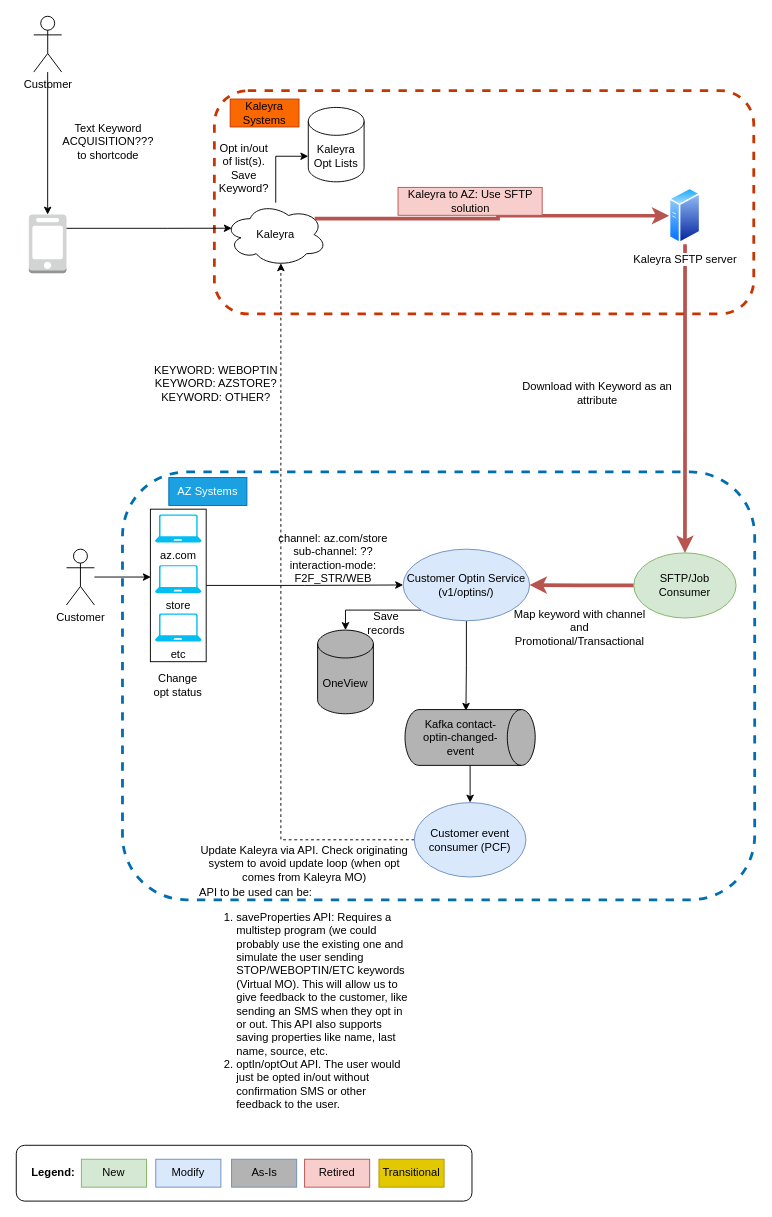
This is drawings/Kaleyra Opt Sync.drawio from AarellanoH/draw_io, a draw.io file, before an edit. Source tidied: cells renumbered, new cells numbered last; positions are measured from the earlier drawing's top-left corner, leaving out a move shared by most shapes. Both pictures are drawn from the tidied source at 93%, with x=0, y=0 at pixel (16, 16).
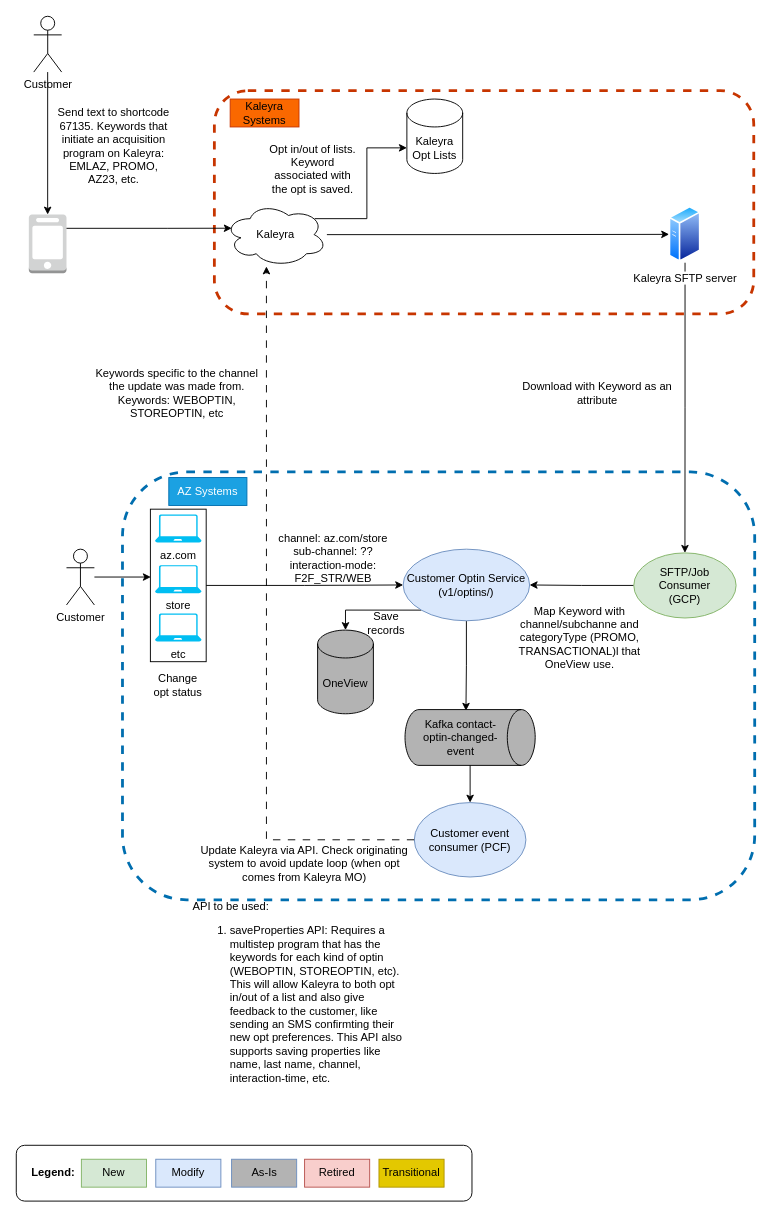
The same diagram, later.

The change refers to these unchanged cells:
```xml
<mxCell id="9" value="Customer Optin Service&lt;br&gt;(v1/optins/)" style="ellipse;whiteSpace=wrap;html=1;fillColor=#dae8fc;strokeColor=#6c8ebf;" parent="1" vertex="1">
  <mxGeometry x="416" y="573" width="136" height="77" as="geometry" />
</mxCell>
<mxCell id="14" value="Customer event consumer (PCF)" style="ellipse;whiteSpace=wrap;html=1;fillColor=#dae8fc;strokeColor=#6c8ebf;" parent="1" vertex="1">
  <mxGeometry x="428" y="845.5" width="120" height="80" as="geometry" />
</mxCell>
<mxCell id="42" style="group;" parent="1" vertex="1">
  <mxGeometry x="213" y="80" width="580" height="240" as="geometry" />
</mxCell>
<mxCell id="44" value="Kaleyra" style="ellipse;shape=cloud;whiteSpace=wrap;html=1;" parent="42" vertex="1">
  <mxGeometry x="11" y="120.5" width="110" height="68.5" as="geometry" />
</mxCell>
```

The edit, as a diff of the source:
```diff
@@
-    <mxCell id="13" style="edgeStyle=orthogonalEdgeStyle;rounded=0;jettySize=auto;html=1;exitX=0;exitY=0.5;exitDx=0;exitDy=0;entryX=0.55;entryY=0.95;entryDx=0;entryDy=0;entryPerimeter=0;dashed=1;" parent="1" edge="1" source="14" target="44">
-      <mxGeometry relative="1" as="geometry" />
-    </mxCell>
@@
-    <mxCell id="27" style="edgeStyle=orthogonalEdgeStyle;rounded=0;jettySize=auto;html=1;entryX=0.5;entryY=0;entryDx=0;entryDy=0;fillColor=#f8cecc;strokeColor=#b85450;strokeWidth=4;" parent="1" edge="1" source="49" target="29">
+    <mxCell id="27" style="edgeStyle=orthogonalEdgeStyle;rounded=0;jettySize=auto;html=1;entryX=0.5;entryY=0;entryDx=0;entryDy=0;fillColor=#f8cecc;strokeColor=#000000;strokeWidth=1;" parent="1" edge="1" source="49" target="29">
       <mxGeometry relative="1" as="geometry" />
     </mxCell>
-    <mxCell id="28" style="edgeStyle=orthogonalEdgeStyle;rounded=0;jettySize=auto;html=1;entryX=1;entryY=0.5;entryDx=0;entryDy=0;strokeWidth=4;fillColor=#f8cecc;strokeColor=#b85450;" parent="1" edge="1" source="29" target="9">
+    <mxCell id="28" style="edgeStyle=orthogonalEdgeStyle;rounded=0;jettySize=auto;html=1;entryX=1;entryY=0.5;entryDx=0;entryDy=0;strokeWidth=1;fillColor=#f8cecc;strokeColor=#000000;" parent="1" edge="1" source="29" target="9">
       <mxGeometry relative="1" as="geometry" />
     </mxCell>
-    <mxCell id="29" value="SFTP/Job Consumer" style="ellipse;whiteSpace=wrap;html=1;fillColor=#d5e8d4;strokeColor=#82b366;" parent="1" vertex="1">
+    <mxCell id="29" value="SFTP/Job Consumer&lt;br&gt;(GCP)" style="ellipse;whiteSpace=wrap;html=1;fillColor=#d5e8d4;strokeColor=#82b366;" parent="1" vertex="1">
       <mxGeometry x="664" y="577" width="110" height="70" as="geometry" />
     </mxCell>
@@
-    <mxCell id="39" value="API to be used can be:&lt;br&gt;&lt;ol&gt;&lt;li&gt;saveProperties API: Requires a multistep program (we could probably use the existing one and simulate the user sending STOP/WEBOPTIN/ETC keywords (Virtual MO). This will allow us to give feedback to the customer, like sending an SMS when they opt in or out. This API also supports saving properties like name, last name, source, etc.&lt;/li&gt;&lt;li&gt;optIn/optOut API. The user would just be opted in/out without confirmation SMS or other feedback to the user.&lt;/li&gt;&lt;/ol&gt;" style="text;html=1;strokeColor=none;fillColor=none;align=left;verticalAlign=middle;whiteSpace=wrap;rounded=0;" parent="1" vertex="1">
-      <mxGeometry x="194.5" y="920.5" width="230" height="282.5" as="geometry" />
+    <mxCell id="39" value="API to be used:&lt;br&gt;&lt;ol&gt;&lt;li&gt;saveProperties API: Requires a multistep program that has the keywords for each kind of optin (WEBOPTIN, STOREOPTIN, etc). This will allow Kaleyra to both opt in/out of a list and also give feedback to the customer, like sending an SMS confirmting their new opt preferences. This API also supports saving properties like name, last name, channel, interaction-time, etc.&lt;/li&gt;&lt;/ol&gt;" style="text;html=1;strokeColor=none;fillColor=none;align=left;verticalAlign=middle;whiteSpace=wrap;rounded=0;" parent="1" vertex="1">
+      <mxGeometry x="188" y="960" width="230" height="189.5" as="geometry" />
     </mxCell>
@@
     <mxCell id="46" value="Kaleyra Opt Lists" style="shape=cylinder3;whiteSpace=wrap;html=1;boundedLbl=1;backgroundOutline=1;size=15;" parent="42" vertex="1">
-      <mxGeometry x="101" y="18" width="60" height="80" as="geometry" />
+      <mxGeometry x="207" y="9" width="60" height="80" as="geometry" />
     </mxCell>
-    <mxCell id="47" style="edgeStyle=orthogonalEdgeStyle;rounded=0;jettySize=auto;html=1;entryX=0;entryY=0;entryDx=0;entryDy=52.5;entryPerimeter=0;" parent="42" edge="1" source="44" target="46">
+    <mxCell id="47" style="edgeStyle=orthogonalEdgeStyle;rounded=0;jettySize=auto;html=1;entryX=0;entryY=0;entryDx=0;entryDy=52.5;entryPerimeter=0;exitX=0.88;exitY=0.25;exitDx=0;exitDy=0;exitPerimeter=0;" parent="42" edge="1" source="44" target="46">
       <mxGeometry relative="1" as="geometry" />
     </mxCell>
-    <mxCell id="48" value="Opt in/out of list(s).&lt;br&gt;Save Keyword?" style="text;html=1;strokeColor=none;fillColor=none;align=center;verticalAlign=middle;whiteSpace=wrap;rounded=0;" parent="42" vertex="1">
-      <mxGeometry x="2" y="68" width="60" height="30" as="geometry" />
+    <mxCell id="48" value="Opt in/out of lists. Keyword associated with the opt is saved." style="text;html=1;strokeColor=none;fillColor=none;align=center;verticalAlign=middle;whiteSpace=wrap;rounded=0;" parent="42" vertex="1">
+      <mxGeometry x="57" y="50" width="98" height="68" as="geometry" />
     </mxCell>
     <mxCell id="49" value="Kaleyra SFTP server" style="image;perimeter=ellipsePerimeter;html=1;align=center;shadow=0;dashed=0;spacingTop=3;image=img/lib/active_directory/generic_server.svg;" parent="42" vertex="1">
-      <mxGeometry x="489" y="104" width="34.2" height="61" as="geometry" />
+      <mxGeometry x="489" y="124" width="34.2" height="61" as="geometry" />
     </mxCell>
+    <mxCell id="52" value="Kaleyra Systems" style="text;html=1;strokeColor=#C73500;fillColor=#fa6800;align=center;verticalAlign=middle;whiteSpace=wrap;rounded=0;fontColor=#000000;" parent="42" vertex="1">
+      <mxGeometry x="17" y="9" width="74" height="30" as="geometry" />
+    </mxCell>
-    <mxCell id="50" style="edgeStyle=orthogonalEdgeStyle;rounded=0;jettySize=auto;html=1;exitX=0.88;exitY=0.25;exitDx=0;exitDy=0;exitPerimeter=0;entryX=0;entryY=0.5;entryDx=0;entryDy=0;fillColor=#f8cecc;strokeColor=#b85450;strokeWidth=4;" parent="42" edge="1" source="44" target="49">
+    <mxCell id="50" style="edgeStyle=orthogonalEdgeStyle;rounded=0;jettySize=auto;html=1;entryX=0;entryY=0.5;entryDx=0;entryDy=0;" parent="42" edge="1" source="44" target="49">
       <mxGeometry relative="1" as="geometry" />
     </mxCell>
-    <mxCell id="51" value="Kaleyra to AZ: Use SFTP solution" style="text;html=1;strokeColor=#b85450;fillColor=#f8cecc;align=center;verticalAlign=middle;whiteSpace=wrap;rounded=0;" parent="42" vertex="1">
-      <mxGeometry x="197.5" y="104" width="155" height="30" as="geometry" />
-    </mxCell>
-    <mxCell id="52" value="Kaleyra Systems" style="text;html=1;strokeColor=#C73500;fillColor=#fa6800;align=center;verticalAlign=middle;whiteSpace=wrap;rounded=0;fontColor=#000000;" parent="42" vertex="1">
-      <mxGeometry x="17" y="9" width="74" height="30" as="geometry" />
-    </mxCell>
-    <mxCell id="53" value="KEYWORD: WEBOPTIN&lt;br&gt;KEYWORD: AZSTORE?&lt;br&gt;KEYWORD: OTHER?" style="text;html=1;strokeColor=none;fillColor=none;align=center;verticalAlign=middle;whiteSpace=wrap;rounded=0;" parent="1" vertex="1">
-      <mxGeometry x="130" y="370" width="170" height="50" as="geometry" />
+    <mxCell id="53" value="Keywords specific to the channel the update was made from.&lt;br&gt;Keywords: WEBOPTIN, STOREOPTIN, etc" style="text;html=1;strokeColor=none;fillColor=none;align=center;verticalAlign=middle;whiteSpace=wrap;rounded=0;" parent="1" vertex="1">
+      <mxGeometry x="80" y="370" width="186" height="70" as="geometry" />
     </mxCell>
-    <mxCell id="54" value="Text Keyword ACQUISITION???&lt;br&gt;to shortcode" style="text;html=1;strokeColor=none;fillColor=none;align=center;verticalAlign=middle;whiteSpace=wrap;rounded=0;" parent="1" vertex="1">
-      <mxGeometry x="34" y="120" width="130" height="30" as="geometry" />
+    <mxCell id="54" value="Send text to shortcode 67135. Keywords that initiate an acquisition program on Kaleyra:&lt;br&gt;EMLAZ, PROMO, AZ23, etc." style="text;html=1;strokeColor=none;fillColor=none;align=center;verticalAlign=middle;whiteSpace=wrap;rounded=0;" parent="1" vertex="1">
+      <mxGeometry x="40" y="90" width="130" height="100" as="geometry" />
     </mxCell>
@@
-    <mxCell id="56" value="Map keyword with channel&lt;br&gt;and&lt;br&gt;Promotional/Transactional" style="text;html=1;strokeColor=none;fillColor=none;align=center;verticalAlign=middle;whiteSpace=wrap;rounded=0;" parent="1" vertex="1">
-      <mxGeometry x="521" y="633" width="170" height="50" as="geometry" />
+    <mxCell id="56" value="Map Keyword with channel/subchanne and categoryType (PROMO, TRANSACTIONAL)l that OneView use." style="text;html=1;strokeColor=none;fillColor=none;align=center;verticalAlign=middle;whiteSpace=wrap;rounded=0;" parent="1" vertex="1">
+      <mxGeometry x="521" y="629" width="170" height="77" as="geometry" />
     </mxCell>
+    <mxCell id="13" style="edgeStyle=orthogonalEdgeStyle;rounded=0;jettySize=auto;html=1;entryX=0.409;entryY=1;entryDx=0;entryDy=0;entryPerimeter=0;dashed=1;dashPattern=8 8;" parent="1" edge="1" source="14" target="44">
+      <mxGeometry relative="1" as="geometry" />
+    </mxCell>
```
